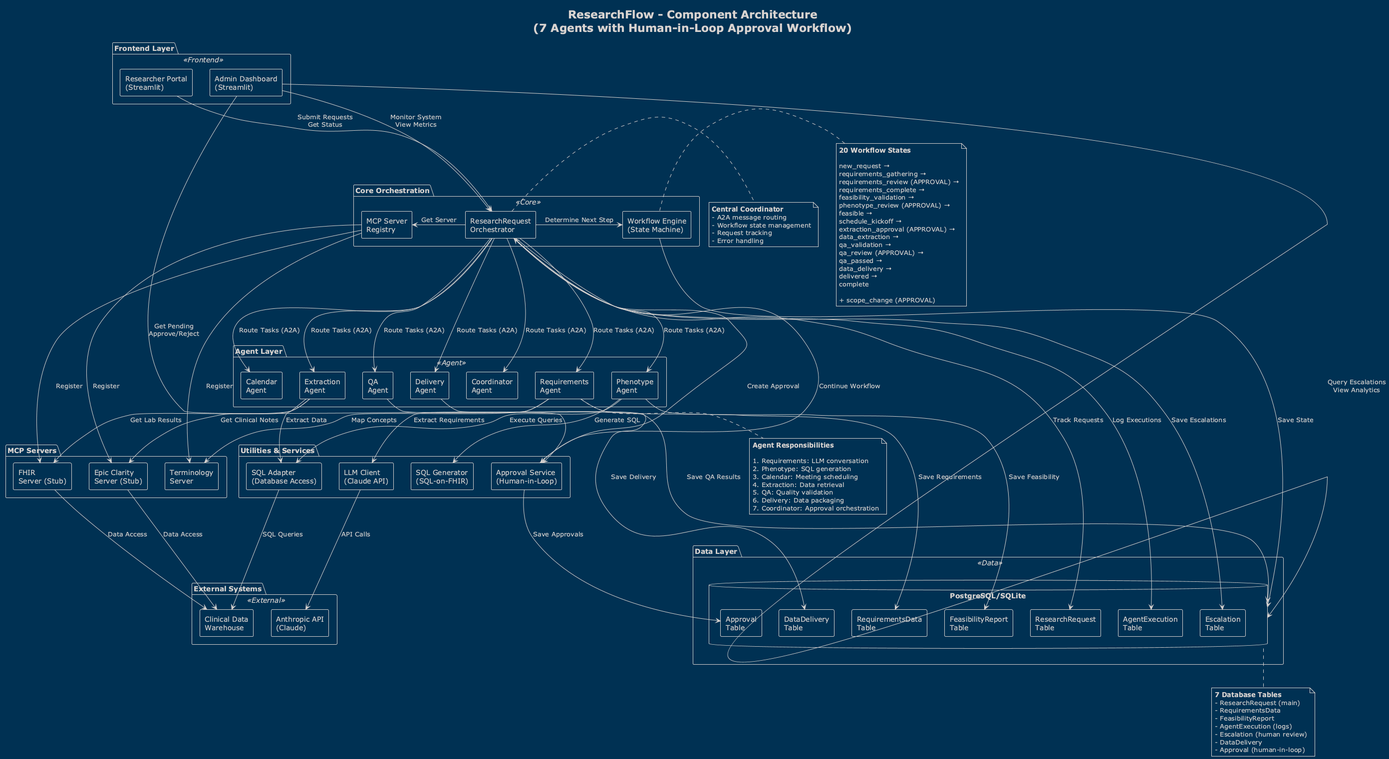
The PlantUML diagram diagrams/ResearchFlow Components.png in jagnyesh/researchflow, before a commit. Its diagram source:
```plantuml
@startuml ResearchFlow Components
!theme blueprint

title ResearchFlow - Component Architecture\n(7 Agents with Human-in-Loop Approval Workflow)

skinparam componentStyle rectangle

skinparam component {
    BackgroundColor<<Frontend>> LightBlue
    BackgroundColor<<Agent>> Gold
    BackgroundColor<<Core>> Orange
    BackgroundColor<<Data>> LightGreen
    BackgroundColor<<External>> LightGray
}

package "Frontend Layer" <<Frontend>> {
    [Researcher Portal\n(Streamlit)] as ResearcherUI
    [Admin Dashboard\n(Streamlit)] as AdminUI
}

package "Core Orchestration" <<Core>> {
    [ResearchRequest\nOrchestrator] as Orchestrator
    [Workflow Engine\n(State Machine)] as WorkflowEngine
    [MCP Server\nRegistry] as MCPRegistry
}

package "Agent Layer" <<Agent>> {
    [Requirements\nAgent] as Agent1
    [Phenotype\nAgent] as Agent2
    [Calendar\nAgent] as Agent3
    [Extraction\nAgent] as Agent4
    [QA\nAgent] as Agent5
    [Delivery\nAgent] as Agent6
    [Coordinator\nAgent] as Agent7
}

package "Utilities & Services" {
    [LLM Client\n(Claude API)] as LLM
    [SQL Generator\n(SQL-on-FHIR)] as SQLGen
    [SQL Adapter\n(Database Access)] as SQLAdapter
    [Approval Service\n(Human-in-Loop)] as ApprovalService
}

package "MCP Servers" {
    [Terminology\nServer] as TermServer
    [Epic Clarity\nServer (Stub)] as EpicServer
    [FHIR\nServer (Stub)] as FHIRServer
}

package "Data Layer" <<Data>> {
    database "PostgreSQL/SQLite" as DB {
        [ResearchRequest\nTable] as T1
        [RequirementsData\nTable] as T2
        [FeasibilityReport\nTable] as T3
        [AgentExecution\nTable] as T4
        [Escalation\nTable] as T5
        [DataDelivery\nTable] as T6
        [Approval\nTable] as T7
    }
}

package "External Systems" <<External>> {
    [Anthropic API\n(Claude)] as Claude
    [Clinical Data\nWarehouse] as CDW
}


ResearcherUI -down-> Orchestrator : Submit Requests\nGet Status
AdminUI -down-> Orchestrator : Monitor System\nView Metrics
AdminUI -down-> DB : Query Escalations\nView Analytics


Orchestrator -down-> Agent1 : Route Tasks (A2A)
Orchestrator -down-> Agent2 : Route Tasks (A2A)
Orchestrator -down-> Agent3 : Route Tasks (A2A)
Orchestrator -down-> Agent4 : Route Tasks (A2A)
Orchestrator -down-> Agent5 : Route Tasks (A2A)
Orchestrator -down-> Agent6 : Route Tasks (A2A)
Orchestrator -down-> Agent7 : Route Tasks (A2A)

Orchestrator -right-> WorkflowEngine : Determine Next Step
WorkflowEngine -down-> DB : Save State


Agent1 -down-> LLM : Extract Requirements
Agent1 -down-> TermServer : Map Concepts

Agent2 -down-> SQLGen : Generate SQL
Agent2 -down-> SQLAdapter : Execute Queries

Agent4 -down-> SQLAdapter : Extract Data
Agent4 -down-> EpicServer : Get Clinical Notes
Agent4 -down-> FHIRServer : Get Lab Results


AdminUI -down-> ApprovalService : Get Pending\nApprove/Reject
Orchestrator -down-> ApprovalService : Create Approval
ApprovalService -down-> T7 : Save Approvals
ApprovalService -up-> Orchestrator : Continue Workflow


LLM -down-> Claude : API Calls
SQLAdapter -down-> CDW : SQL Queries
EpicServer -down-> CDW : Data Access
FHIRServer -down-> CDW : Data Access


Orchestrator -right-> MCPRegistry : Get Server
MCPRegistry -down-> TermServer : Register
MCPRegistry -down-> EpicServer : Register
MCPRegistry -down-> FHIRServer : Register


Agent1 -down-> T2 : Save Requirements
Agent2 -down-> T3 : Save Feasibility
Agent5 -down-> DB : Save QA Results
Agent6 -down-> T6 : Save Delivery

Orchestrator -down-> T1 : Track Requests
Orchestrator -down-> T4 : Log Executions
Orchestrator -down-> T5 : Save Escalations


note right of Orchestrator
  **Central Coordinator**
  - A2A message routing
  - Workflow state management
  - Request tracking
  - Error handling
end note

note bottom of Agent1
  **Agent Responsibilities**

  1. Requirements: LLM conversation
  2. Phenotype: SQL generation
  3. Calendar: Meeting scheduling
  4. Extraction: Data retrieval
  5. QA: Quality validation
  6. Delivery: Data packaging
  7. Coordinator: Approval orchestration
end note

note bottom of DB
  **7 Database Tables**
  - ResearchRequest (main)
  - RequirementsData
  - FeasibilityReport
  - AgentExecution (logs)
  - Escalation (human review)
  - DataDelivery
  - Approval (human-in-loop)
end note

note left of WorkflowEngine
  **20 Workflow States**

  new_request →
  requirements_gathering →
  requirements_review (APPROVAL) →
  requirements_complete →
  feasibility_validation →
  phenotype_review (APPROVAL) →
  feasible →
  schedule_kickoff →
  extraction_approval (APPROVAL) →
  data_extraction →
  qa_validation →
  qa_review (APPROVAL) →
  qa_passed →
  data_delivery →
  delivered →
  complete

  + scope_change (APPROVAL)
end note

@enduml
```
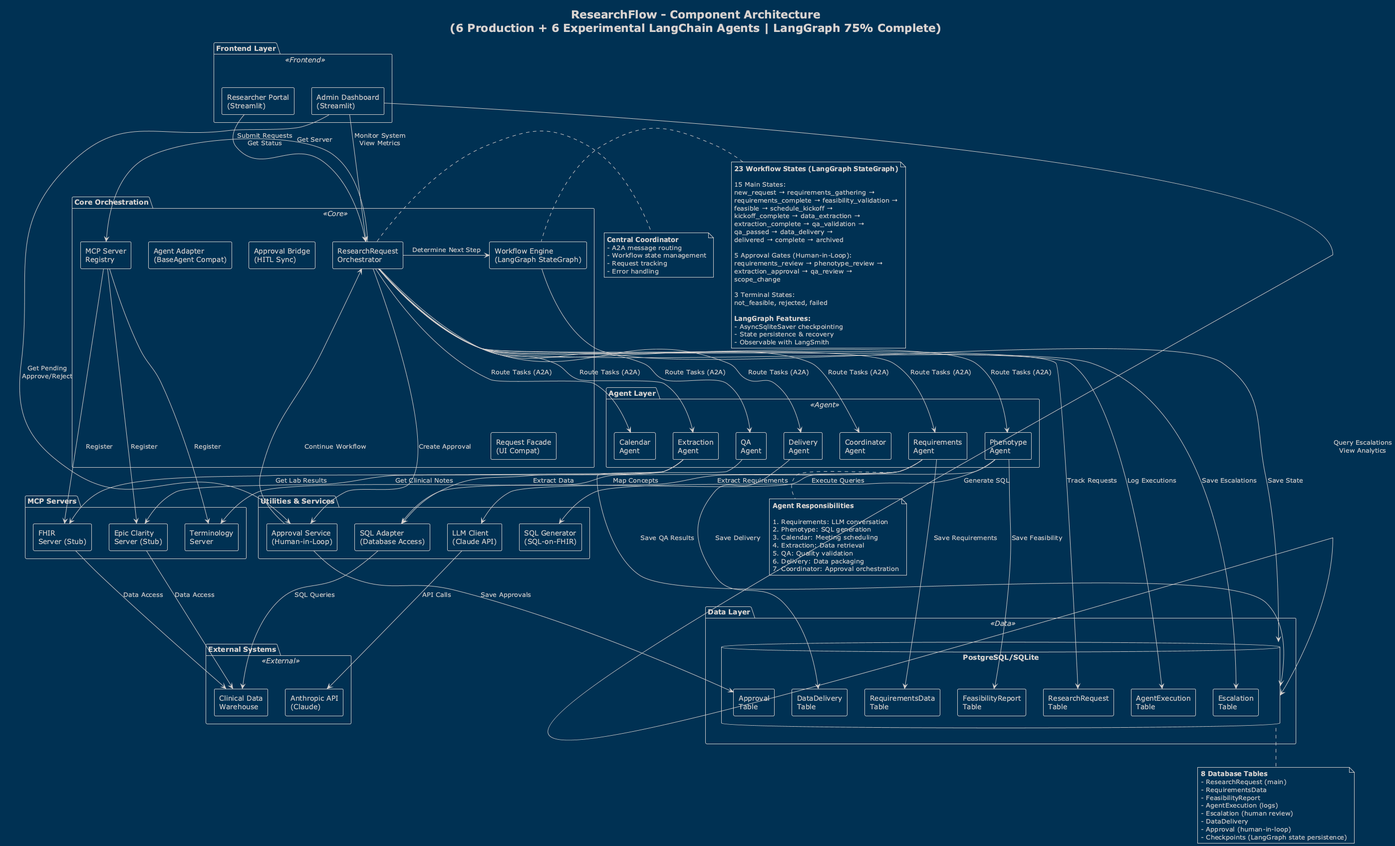
After the commit.

What changed in the source:
```diff
@@ -1,7 +1,7 @@
 @startuml ResearchFlow Components
 !theme blueprint
 
-title ResearchFlow - Component Architecture\n(7 Agents with Human-in-Loop Approval Workflow)
+title ResearchFlow - Component Architecture\n(6 Production + 6 Experimental LangChain Agents | LangGraph 75% Complete)
 
 skinparam componentStyle rectangle
 
@@ -20,7 +20,10 @@
 
 package "Core Orchestration" <<Core>> {
     [ResearchRequest\nOrchestrator] as Orchestrator
-    [Workflow Engine\n(State Machine)] as WorkflowEngine
+    [Workflow Engine\n(LangGraph StateGraph)] as WorkflowEngine
+    [Agent Adapter\n(BaseAgent Compat)] as AgentAdapter
+    [Approval Bridge\n(HITL Sync)] as ApprovalBridge
+    [Request Facade\n(UI Compat)] as RequestFacade
     [MCP Server\nRegistry] as MCPRegistry
 }
 
@@ -142,7 +145,7 @@
 end note
 
 note bottom of DB
-  **7 Database Tables**
+  **8 Database Tables**
   - ResearchRequest (main)
   - RequirementsData
   - FeasibilityReport
@@ -150,29 +153,33 @@
   - Escalation (human review)
   - DataDelivery
   - Approval (human-in-loop)
+  - Checkpoints (LangGraph state persistence)
 end note
 
 note left of WorkflowEngine
-  **20 Workflow States**
+  **23 Workflow States (LangGraph StateGraph)**
 
-  new_request →
-  requirements_gathering →
-  requirements_review (APPROVAL) →
-  requirements_complete →
-  feasibility_validation →
-  phenotype_review (APPROVAL) →
-  feasible →
-  schedule_kickoff →
-  extraction_approval (APPROVAL) →
-  data_extraction →
-  qa_validation →
-  qa_review (APPROVAL) →
-  qa_passed →
-  data_delivery →
-  delivered →
-  complete
+  15 Main States:
+  new_request → requirements_gathering →
+  requirements_complete → feasibility_validation →
+  feasible → schedule_kickoff →
+  kickoff_complete → data_extraction →
+  extraction_complete → qa_validation →
+  qa_passed → data_delivery →
+  delivered → complete → archived
 
-  + scope_change (APPROVAL)
+  5 Approval Gates (Human-in-Loop):
+  requirements_review → phenotype_review →
+  extraction_approval → qa_review →
+  scope_change
+
+  3 Terminal States:
+  not_feasible, rejected, failed
+
+  **LangGraph Features:**
+  - AsyncSqliteSaver checkpointing
+  - State persistence & recovery
+  - Observable with LangSmith
 end note
 
 @enduml
```
